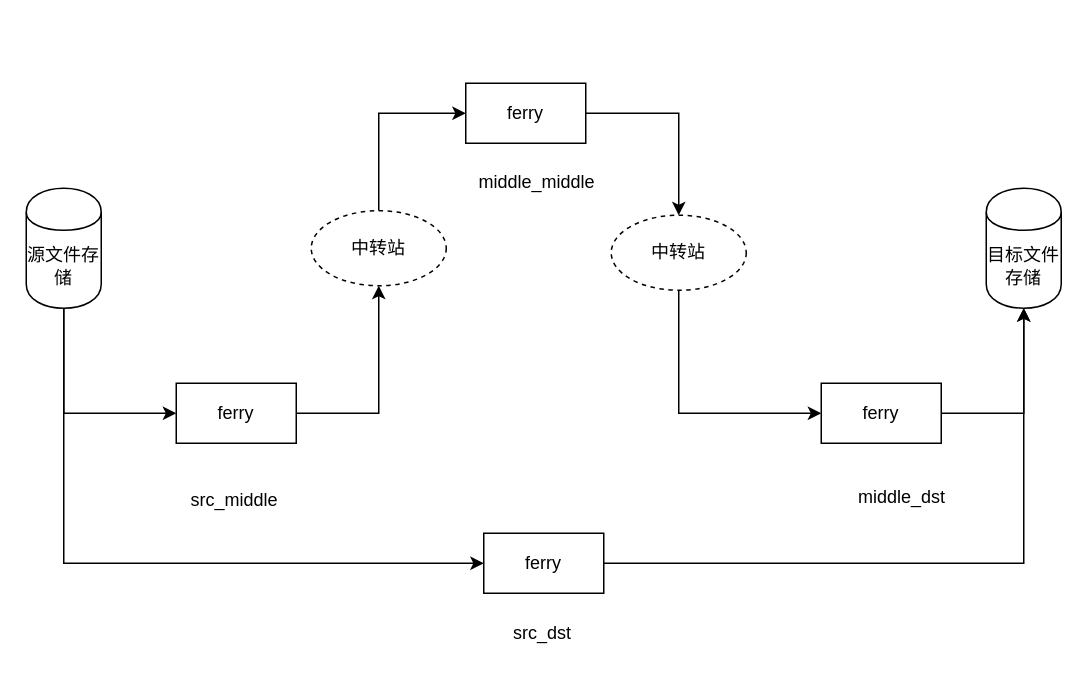
The draw.io diagram ferry 工作模式.drawio in hashwing/draw, before the edit. Source tidied: cells renumbered, new cells numbered last; positions are measured from the earlier drawing's top-left corner, leaving out a move shared by most shapes. Both pictures are drawn from the tidied source at 150%, with x=0, y=0 at pixel (26, 82).
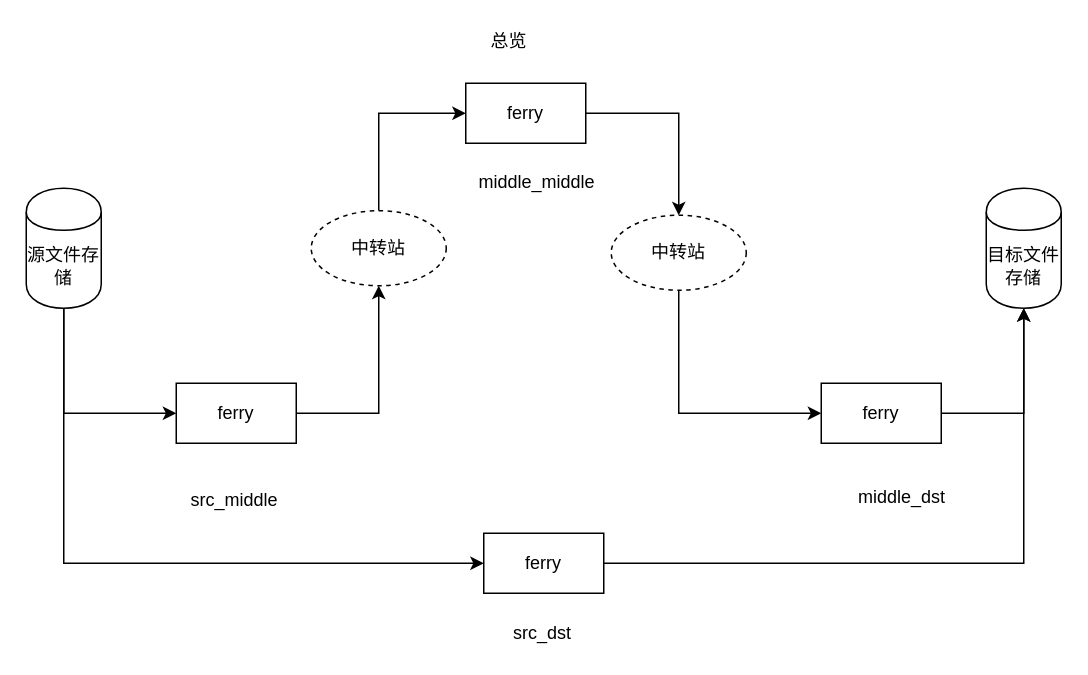
The same page after the edit.

Commit message:
更新ferry 工作模式.drawio

Change to the diagram source:
```diff
@@
+    <mxCell id="22" value="总览" style="text;html=1;align=left;verticalAlign=top;spacingTop=-4;" parent="1" vertex="1">
+      <mxGeometry x="308" y="-38" width="40" height="20" as="geometry" />
+    </mxCell>
```
